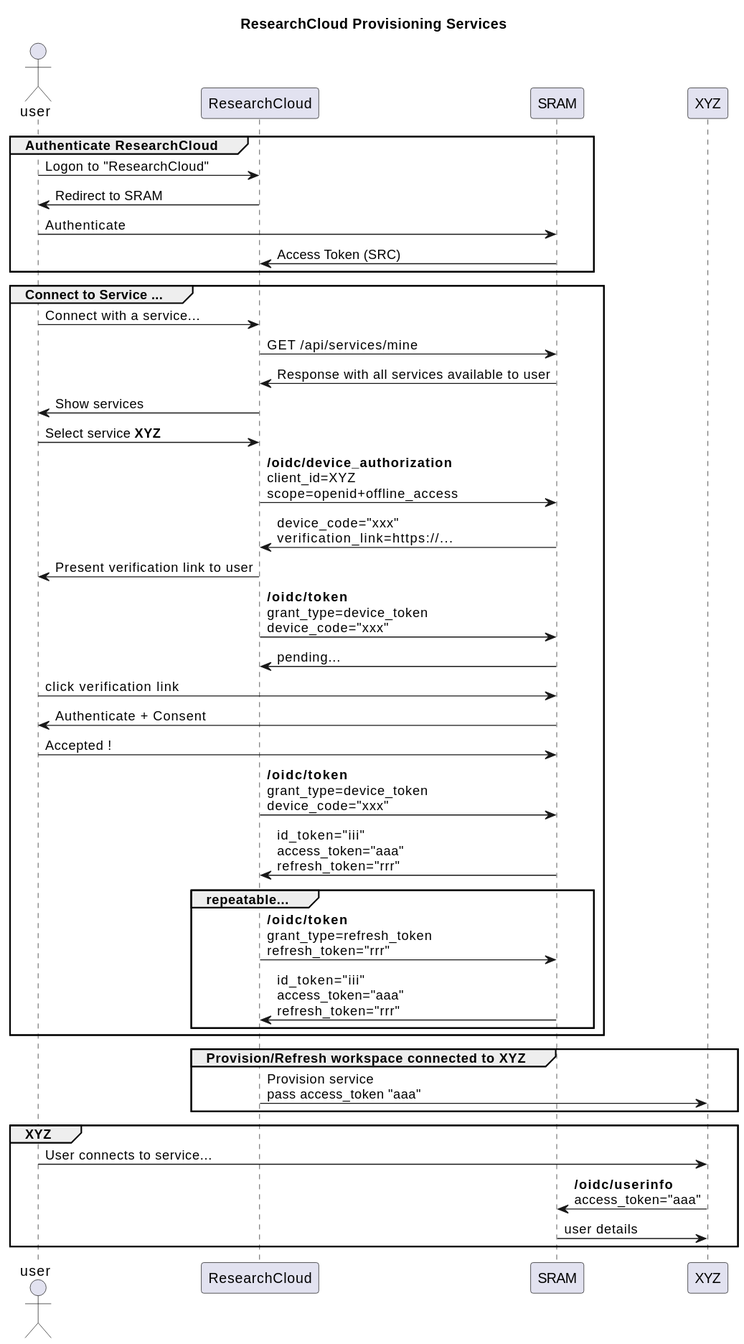
Earlier version of the PlantUML export assets/ResearchCloud.svg (HarryKodden/Token-POC).
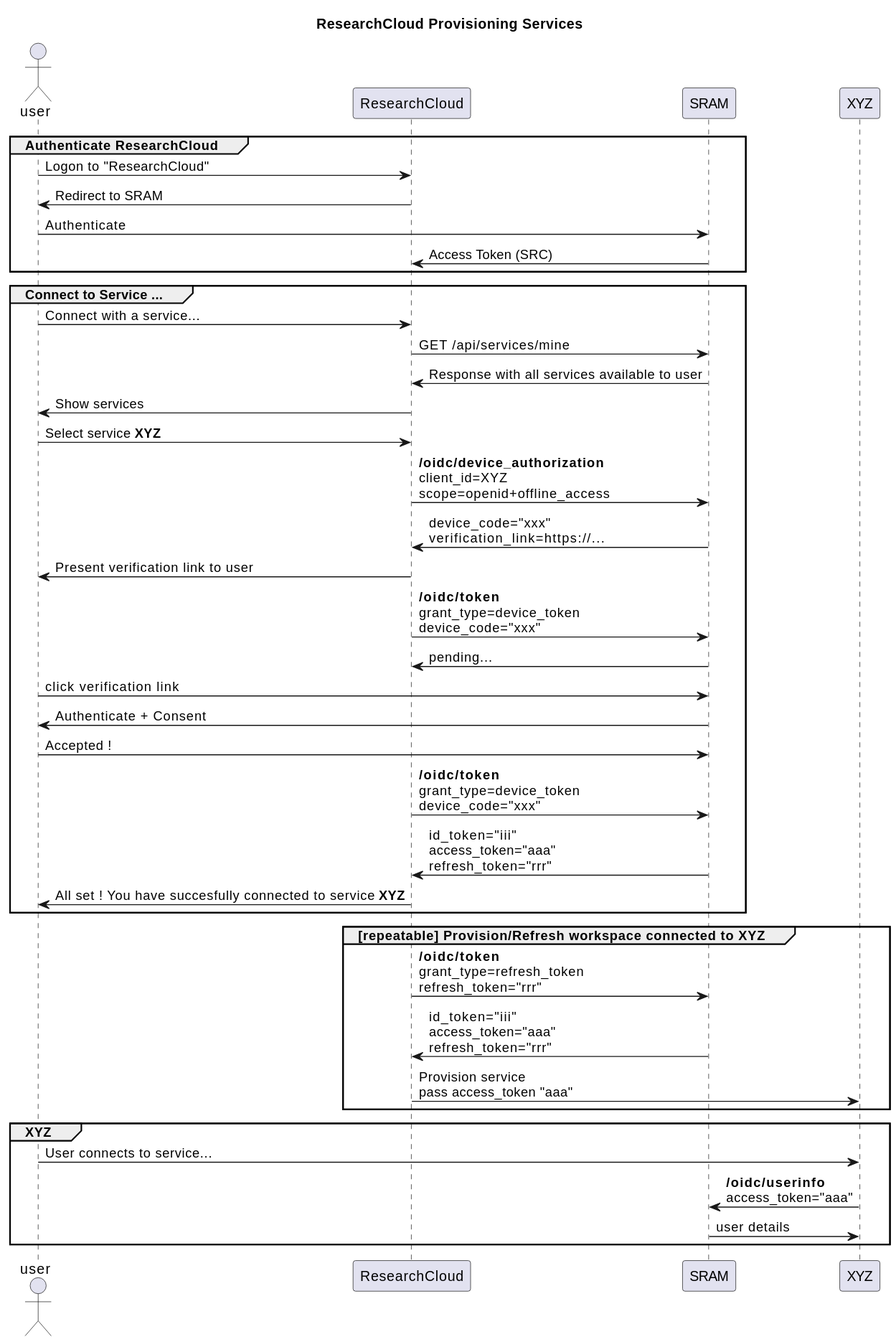
After the commit.

Change to the diagram source:
```diff
@@ -28,15 +28,13 @@
 user <- SRAM: Authenticate + Consent
 user -> SRAM: Accepted !
 SRC -> SRAM: **/oidc/token**\ngrant_type=device_token\ndevice_code="xxx"
+SRC <- SRAM: id_token="iii"\naccess_token="aaa"\nrefresh_token="rrr"
+user <- SRC: All set ! You have succesfully connected to service **XYZ**
+end
 
-SRC <- SRAM: id_token="iii"\naccess_token="aaa"\nrefresh_token="rrr"
-group repeatable...
+group [repeatable] Provision/Refresh workspace connected to XYZ
 SRC -> SRAM: **/oidc/token**\ngrant_type=refresh_token\nrefresh_token="rrr"
 SRC <- SRAM: id_token="iii"\naccess_token="aaa"\nrefresh_token="rrr"
-end
-end
-
-group Provision/Refresh workspace connected to XYZ
 SRC -> XYZ: Provision service\npass access_token "aaa"
 end
 
```
